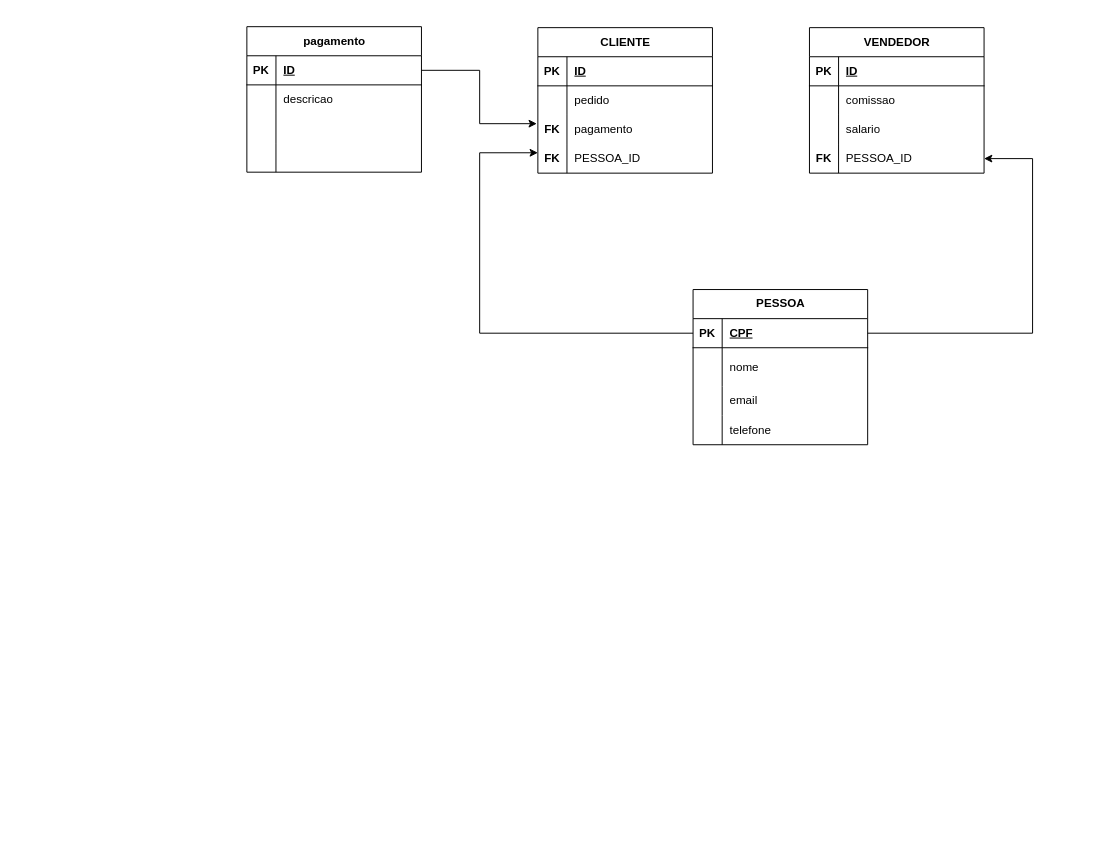
Above: api-cadastro/docs/cadastro.drawio in nathaliaCandioto/AulasSpringBoot (draw.io), before the change. Source tidied: cells renumbered, new cells numbered last; positions are measured from the earlier drawing's top-left corner, leaving out a move shared by most shapes. Both pictures are drawn from the tidied source at 97%, with x=0, y=0 at pixel (246, 26).
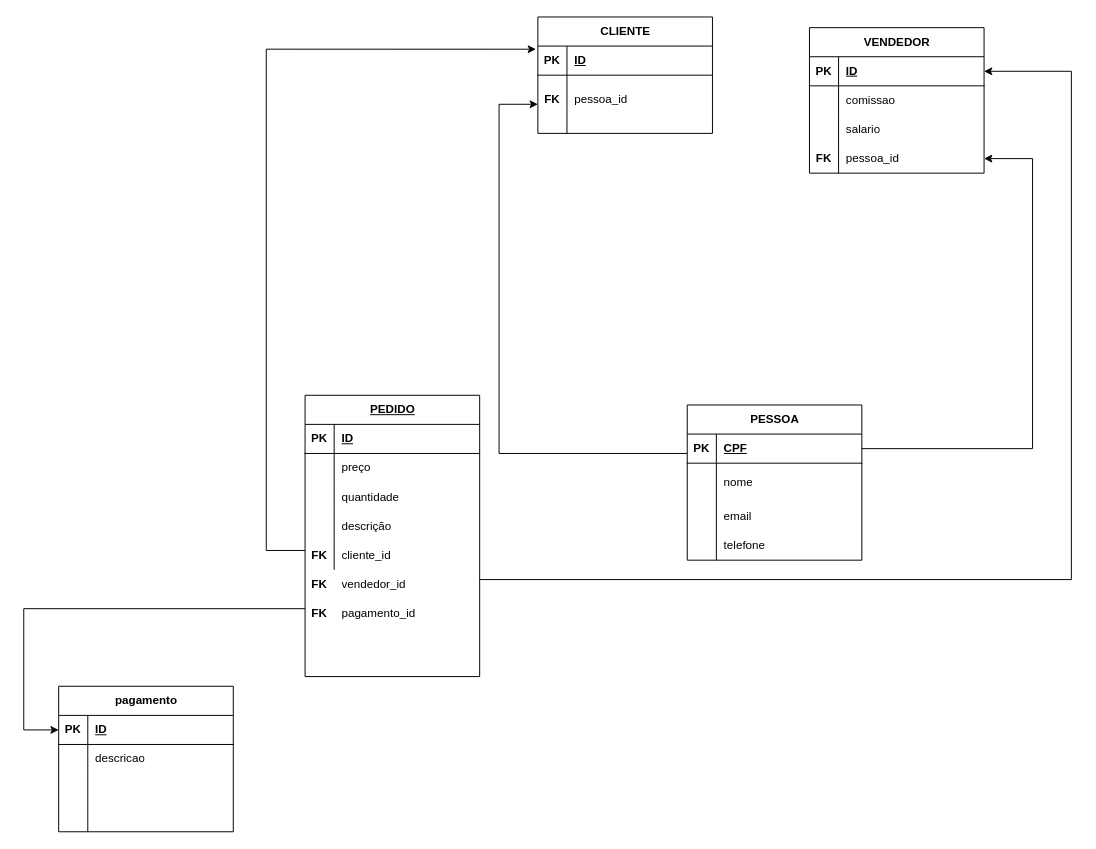
After the change.

The change refers to these unchanged cells:
```xml
<mxCell id="3" style="shape=tableRow;horizontal=0;startSize=0;swimlaneHead=0;swimlaneBody=0;fillColor=none;points=[[0,0.5],[1,0.5]];portConstraint=eastwest;top=0;left=0;right=0;bottom=1;" parent="2" vertex="1">
  <mxGeometry y="30" width="180" height="30" as="geometry" />
</mxCell>
<mxCell id="6" style="shape=tableRow;horizontal=0;startSize=0;swimlaneHead=0;swimlaneBody=0;fillColor=none;top=0;left=0;right=0;bottom=0;" parent="2" vertex="1">
  <mxGeometry y="60" width="180" height="30" as="geometry" />
</mxCell>
<mxCell id="9" style="shape=tableRow;horizontal=0;startSize=0;swimlaneHead=0;swimlaneBody=0;fillColor=none;points=[[0,0.5],[1,0.5]];portConstraint=eastwest;top=0;left=0;right=0;bottom=0;" parent="2" vertex="1">
  <mxGeometry y="90" width="180" height="30" as="geometry" />
</mxCell>
<mxCell id="16" style="shape=tableRow;horizontal=0;startSize=0;swimlaneHead=0;swimlaneBody=0;fillColor=none;points=[[0,0.5],[1,0.5]];portConstraint=eastwest;top=0;left=0;right=0;bottom=1;" parent="15" vertex="1">
  <mxGeometry y="30" width="180" height="30" as="geometry" />
</mxCell>
<mxCell id="26" style="shape=tableRow;horizontal=0;startSize=0;swimlaneHead=0;swimlaneBody=0;fillColor=none;points=[[0,0.5],[1,0.5]];portConstraint=eastwest;top=0;left=0;right=0;bottom=0;" parent="15" vertex="1">
  <mxGeometry y="120" width="180" height="30" as="geometry" />
</mxCell>
<mxCell id="31" style="shape=tableRow;horizontal=0;startSize=0;swimlaneHead=0;swimlaneBody=0;fillColor=none;points=[[0,0.5],[1,0.5]];portConstraint=eastwest;top=0;left=0;right=0;bottom=1;" parent="30" vertex="1">
  <mxGeometry y="30" width="180" height="30" as="geometry" />
</mxCell>
<mxCell id="46" style="shape=tableRow;horizontal=0;startSize=0;swimlaneHead=0;swimlaneBody=0;fillColor=none;points=[[0,0.5],[1,0.5]];portConstraint=eastwest;top=0;left=0;right=0;bottom=1;" parent="45" vertex="1">
  <mxGeometry y="30" width="180" height="30" as="geometry" />
</mxCell>
```

The edit, as a diff of the source:
```diff
@@
     <mxCell id="2" value="CLIENTE" style="shape=table;startSize=30;childLayout=tableLayout;rowLines=0;fontStyle=1;align=center;html=1;" parent="1" vertex="1">
-      <mxGeometry x="300" y="1" width="180" height="150" as="geometry" />
+      <mxGeometry x="300" y="-10" width="180" height="120" as="geometry" />
     </mxCell>
@@
-    <mxCell id="8" value="pedido" style="shape=partialRectangle;fillColor=none;top=0;left=0;bottom=0;right=0;align=left;spacingLeft=6;overflow=hidden;whiteSpace=wrap;html=1;" parent="6" vertex="1">
+    <mxCell id="8" style="shape=partialRectangle;fillColor=none;top=0;left=0;bottom=0;right=0;align=left;spacingLeft=6;overflow=hidden;whiteSpace=wrap;html=1;" parent="6" vertex="1">
       <mxGeometry x="30" width="150" height="30" as="geometry" />
     </mxCell>
@@
-    <mxCell id="10" value="FK" style="shape=partialRectangle;fillColor=none;top=0;left=0;bottom=0;right=0;overflow=hidden;whiteSpace=wrap;html=1;fontStyle=1;" parent="9" vertex="1">
+    <mxCell id="10" style="shape=partialRectangle;fillColor=none;top=0;left=0;bottom=0;right=0;overflow=hidden;whiteSpace=wrap;html=1;fontStyle=1;" parent="9" vertex="1">
       <mxGeometry width="30" height="30" as="geometry" />
     </mxCell>
-    <mxCell id="11" value="pagamento" style="shape=partialRectangle;fillColor=none;top=0;left=0;bottom=0;right=0;align=left;spacingLeft=6;overflow=hidden;whiteSpace=wrap;html=1;" parent="9" vertex="1">
+    <mxCell id="11" style="shape=partialRectangle;fillColor=none;top=0;left=0;bottom=0;right=0;align=left;spacingLeft=6;overflow=hidden;whiteSpace=wrap;html=1;" parent="9" vertex="1">
       <mxGeometry x="30" width="150" height="30" as="geometry" />
     </mxCell>
-    <mxCell id="12" style="shape=tableRow;horizontal=0;startSize=0;swimlaneHead=0;swimlaneBody=0;fillColor=none;points=[[0,0.5],[1,0.5]];portConstraint=eastwest;top=0;left=0;right=0;bottom=0;" parent="2" vertex="1">
-      <mxGeometry y="120" width="180" height="30" as="geometry" />
-    </mxCell>
-    <mxCell id="13" value="&lt;b&gt;FK&lt;/b&gt;" style="shape=partialRectangle;fillColor=none;top=0;left=0;bottom=0;right=0;overflow=hidden;whiteSpace=wrap;html=1;" parent="12" vertex="1">
-      <mxGeometry width="30" height="30" as="geometry" />
-    </mxCell>
-    <mxCell id="14" value="PESSOA_ID" style="shape=partialRectangle;fillColor=none;top=0;left=0;bottom=0;right=0;align=left;spacingLeft=6;overflow=hidden;whiteSpace=wrap;html=1;" parent="12" vertex="1">
-      <mxGeometry x="30" width="150" height="30" as="geometry" />
-    </mxCell>
@@
-    <mxCell id="28" value="PESSOA_ID" style="shape=partialRectangle;fillColor=none;top=0;left=0;bottom=0;right=0;align=left;spacingLeft=6;overflow=hidden;whiteSpace=wrap;html=1;" parent="26" vertex="1">
+    <mxCell id="28" value="pessoa_id" style="shape=partialRectangle;fillColor=none;top=0;left=0;bottom=0;right=0;align=left;spacingLeft=6;overflow=hidden;whiteSpace=wrap;html=1;" parent="26" vertex="1">
       <mxGeometry x="30" width="150" height="30" as="geometry" />
     </mxCell>
     <mxCell id="29" style="edgeStyle=orthogonalEdgeStyle;rounded=0;jettySize=auto;html=1;entryX=1;entryY=0.5;entryDx=0;entryDy=0;" parent="1" edge="1" source="31" target="26">
       <mxGeometry relative="1" as="geometry">
         <Array as="points">
-          <mxPoint x="810" y="316" />
+          <mxPoint x="810" y="435" />
           <mxPoint x="810" y="136" />
         </Array>
       </mxGeometry>
     </mxCell>
     <mxCell id="30" value="PESSOA" style="shape=table;startSize=30;childLayout=tableLayout;rowLines=0;fontStyle=1;align=center;html=1;" parent="1" vertex="1">
-      <mxGeometry x="460" y="271" width="180" height="160" as="geometry" />
+      <mxGeometry x="454" y="390" width="180" height="160" as="geometry" />
     </mxCell>
@@
-    <mxCell id="43" style="edgeStyle=orthogonalEdgeStyle;rounded=0;jettySize=auto;html=1;" parent="1" edge="1" source="31" target="12">
+    <mxCell id="43" style="edgeStyle=orthogonalEdgeStyle;rounded=0;jettySize=auto;html=1;" parent="1" edge="1" source="30" target="79">
       <mxGeometry relative="1" as="geometry">
         <Array as="points">
-          <mxPoint x="240" y="316" />
-          <mxPoint x="240" y="130" />
+          <mxPoint x="260" y="440" />
+          <mxPoint x="260" y="80" />
         </Array>
       </mxGeometry>
     </mxCell>
-    <mxCell id="44" style="edgeStyle=orthogonalEdgeStyle;rounded=0;jettySize=auto;html=1;entryX=-0.006;entryY=0.3;entryDx=0;entryDy=0;entryPerimeter=0;" parent="1" edge="1" source="46" target="9">
-      <mxGeometry relative="1" as="geometry" />
-    </mxCell>
     <mxCell id="45" value="pagamento" style="shape=table;startSize=30;childLayout=tableLayout;rowLines=0;fontStyle=1;align=center;html=1;" parent="1" vertex="1">
-      <mxGeometry width="180" height="150" as="geometry" />
+      <mxGeometry x="-194" y="680" width="180" height="150" as="geometry" />
     </mxCell>
@@
+    <mxCell id="58" style="edgeStyle=orthogonalEdgeStyle;rounded=0;jettySize=auto;html=1;entryX=-0.011;entryY=0.108;entryDx=0;entryDy=0;entryPerimeter=0;" parent="1" edge="1" source="60" target="3">
+      <mxGeometry relative="1" as="geometry">
+        <Array as="points">
+          <mxPoint x="20" y="540" />
+          <mxPoint x="20" y="23" />
+        </Array>
+      </mxGeometry>
+    </mxCell>
+    <mxCell id="59" style="edgeStyle=orthogonalEdgeStyle;rounded=0;jettySize=auto;html=1;entryX=1;entryY=0.5;entryDx=0;entryDy=0;" parent="1" edge="1" source="60" target="16">
+      <mxGeometry relative="1" as="geometry">
+        <Array as="points">
+          <mxPoint x="850" y="570" />
+          <mxPoint x="850" y="46" />
+        </Array>
+      </mxGeometry>
+    </mxCell>
+    <mxCell id="60" value="&lt;span style=&quot;text-align: left; text-wrap-mode: wrap; text-decoration-line: underline;&quot;&gt;PEDIDO&lt;/span&gt;" style="shape=table;startSize=30;childLayout=tableLayout;rowLines=0;fontStyle=1;align=center;html=1;" parent="1" vertex="1">
+      <mxGeometry x="60" y="380" width="180" height="290" as="geometry" />
+    </mxCell>
+    <mxCell id="61" style="shape=tableRow;horizontal=0;startSize=0;swimlaneHead=0;swimlaneBody=0;fillColor=none;top=0;left=0;right=0;bottom=1;" parent="60" vertex="1">
+      <mxGeometry y="30" width="180" height="30" as="geometry" />
+    </mxCell>
+    <mxCell id="62" value="PK" style="shape=partialRectangle;fillColor=none;top=0;left=0;bottom=0;right=0;fontStyle=1;overflow=hidden;whiteSpace=wrap;html=1;" parent="61" vertex="1">
+      <mxGeometry width="30" height="30" as="geometry" />
+    </mxCell>
+    <mxCell id="63" value="ID" style="shape=partialRectangle;fillColor=none;top=0;left=0;bottom=0;right=0;align=left;spacingLeft=6;fontStyle=5;overflow=hidden;whiteSpace=wrap;html=1;" parent="61" vertex="1">
+      <mxGeometry x="30" width="150" height="30" as="geometry" />
+    </mxCell>
+    <mxCell id="64" style="shape=tableRow;horizontal=0;startSize=0;swimlaneHead=0;swimlaneBody=0;fillColor=none;top=0;left=0;right=0;bottom=0;" parent="60" vertex="1">
+      <mxGeometry y="60" width="180" height="30" as="geometry" />
+    </mxCell>
+    <mxCell id="65" style="shape=partialRectangle;fillColor=none;top=0;left=0;bottom=0;right=0;overflow=hidden;whiteSpace=wrap;html=1;" parent="64" vertex="1">
+      <mxGeometry width="30" height="30" as="geometry" />
+    </mxCell>
+    <mxCell id="66" value="preço" style="shape=partialRectangle;fillColor=none;top=0;left=0;bottom=0;right=0;align=left;spacingLeft=6;overflow=hidden;whiteSpace=wrap;html=1;" parent="64" vertex="1">
+      <mxGeometry x="30" width="150" height="30" as="geometry" />
+    </mxCell>
+    <mxCell id="67" style="shape=tableRow;horizontal=0;startSize=0;swimlaneHead=0;swimlaneBody=0;fillColor=none;top=0;left=0;right=0;bottom=0;" parent="60" vertex="1">
+      <mxGeometry y="90" width="180" height="30" as="geometry" />
+    </mxCell>
+    <mxCell id="68" style="shape=partialRectangle;fillColor=none;top=0;left=0;bottom=0;right=0;overflow=hidden;whiteSpace=wrap;html=1;" parent="67" vertex="1">
+      <mxGeometry width="30" height="30" as="geometry" />
+    </mxCell>
+    <mxCell id="69" value="quantidade" style="shape=partialRectangle;fillColor=none;top=0;left=0;bottom=0;right=0;align=left;spacingLeft=6;overflow=hidden;whiteSpace=wrap;html=1;" parent="67" vertex="1">
+      <mxGeometry x="30" width="150" height="30" as="geometry" />
+    </mxCell>
+    <mxCell id="12" style="shape=tableRow;horizontal=0;startSize=0;swimlaneHead=0;swimlaneBody=0;fillColor=none;points=[[0,0.5],[1,0.5]];portConstraint=eastwest;top=0;left=0;right=0;bottom=0;" parent="60" vertex="1">
+      <mxGeometry y="120" width="180" height="30" as="geometry" />
+    </mxCell>
+    <mxCell id="70" style="shape=partialRectangle;fillColor=none;top=0;left=0;bottom=0;right=0;overflow=hidden;whiteSpace=wrap;html=1;" parent="12" vertex="1">
+      <mxGeometry width="30" height="30" as="geometry" />
+    </mxCell>
+    <mxCell id="71" value="descrição" style="shape=partialRectangle;fillColor=none;top=0;left=0;bottom=0;right=0;align=left;spacingLeft=6;overflow=hidden;whiteSpace=wrap;html=1;" parent="12" vertex="1">
+      <mxGeometry x="30" width="150" height="30" as="geometry" />
+    </mxCell>
+    <mxCell id="72" style="shape=tableRow;horizontal=0;startSize=0;swimlaneHead=0;swimlaneBody=0;fillColor=none;top=0;left=0;right=0;bottom=0;" parent="60" vertex="1">
+      <mxGeometry y="150" width="180" height="30" as="geometry" />
+    </mxCell>
+    <mxCell id="73" style="shape=partialRectangle;fillColor=none;top=0;left=0;bottom=0;right=0;overflow=hidden;whiteSpace=wrap;html=1;" parent="72" vertex="1">
+      <mxGeometry width="30" height="30" as="geometry" />
+    </mxCell>
+    <mxCell id="74" style="shape=partialRectangle;fillColor=none;top=0;left=0;bottom=0;right=0;align=left;spacingLeft=6;overflow=hidden;whiteSpace=wrap;html=1;" parent="72" vertex="1">
+      <mxGeometry x="30" width="150" height="30" as="geometry" />
+    </mxCell>
+    <mxCell id="75" value="cliente_id" style="shape=partialRectangle;fillColor=none;top=0;left=0;bottom=0;right=0;align=left;spacingLeft=6;overflow=hidden;whiteSpace=wrap;html=1;" parent="1" vertex="1">
+      <mxGeometry x="90" y="530" width="150" height="30" as="geometry" />
+    </mxCell>
+    <mxCell id="76" value="&lt;b&gt;FK&lt;/b&gt;" style="shape=partialRectangle;fillColor=none;top=0;left=0;bottom=0;right=0;overflow=hidden;whiteSpace=wrap;html=1;" parent="1" vertex="1">
+      <mxGeometry x="60" y="530" width="30" height="30" as="geometry" />
+    </mxCell>
+    <mxCell id="77" value="vendedor_id" style="shape=partialRectangle;fillColor=none;top=0;left=0;bottom=0;right=0;align=left;spacingLeft=6;overflow=hidden;whiteSpace=wrap;html=1;" parent="1" vertex="1">
+      <mxGeometry x="90" y="560" width="150" height="30" as="geometry" />
+    </mxCell>
+    <mxCell id="78" value="&lt;b&gt;FK&lt;/b&gt;" style="shape=partialRectangle;fillColor=none;top=0;left=0;bottom=0;right=0;overflow=hidden;whiteSpace=wrap;html=1;" parent="1" vertex="1">
+      <mxGeometry x="60" y="560" width="30" height="30" as="geometry" />
+    </mxCell>
+    <mxCell id="79" style="shape=tableRow;horizontal=0;startSize=0;swimlaneHead=0;swimlaneBody=0;fillColor=none;points=[[0,0.5],[1,0.5]];portConstraint=eastwest;top=0;left=0;right=0;bottom=0;" parent="1" vertex="1">
+      <mxGeometry x="300" y="80" width="180" height="30" as="geometry" />
+    </mxCell>
+    <mxCell id="80" value="pessoa_id" style="shape=partialRectangle;fillColor=none;top=0;left=0;bottom=0;right=0;align=left;spacingLeft=6;overflow=hidden;whiteSpace=wrap;html=1;" parent="79" vertex="1">
+      <mxGeometry x="30" y="-20" width="150" height="30" as="geometry" />
+    </mxCell>
+    <mxCell id="81" value="&lt;b&gt;FK&lt;/b&gt;" style="shape=partialRectangle;fillColor=none;top=0;left=0;bottom=0;right=0;overflow=hidden;whiteSpace=wrap;html=1;" parent="1" vertex="1">
+      <mxGeometry x="300" y="60" width="30" height="30" as="geometry" />
+    </mxCell>
+    <mxCell id="82" value="pagamento_id" style="shape=partialRectangle;fillColor=none;top=0;left=0;bottom=0;right=0;align=left;spacingLeft=6;overflow=hidden;whiteSpace=wrap;html=1;" parent="1" vertex="1">
+      <mxGeometry x="90" y="590" width="150" height="30" as="geometry" />
+    </mxCell>
+    <mxCell id="83" value="FK" style="shape=partialRectangle;fillColor=none;top=0;left=0;bottom=0;right=0;overflow=hidden;whiteSpace=wrap;html=1;fontStyle=1;" parent="1" vertex="1">
+      <mxGeometry x="60" y="590" width="30" height="30" as="geometry" />
+    </mxCell>
+    <mxCell id="84" style="edgeStyle=orthogonalEdgeStyle;rounded=0;jettySize=auto;html=1;entryX=0;entryY=0.5;entryDx=0;entryDy=0;" parent="1" edge="1" source="60" target="46">
+      <mxGeometry relative="1" as="geometry">
+        <Array as="points">
+          <mxPoint x="-230" y="600" />
+          <mxPoint x="-230" y="725" />
+        </Array>
+      </mxGeometry>
+    </mxCell>
```
